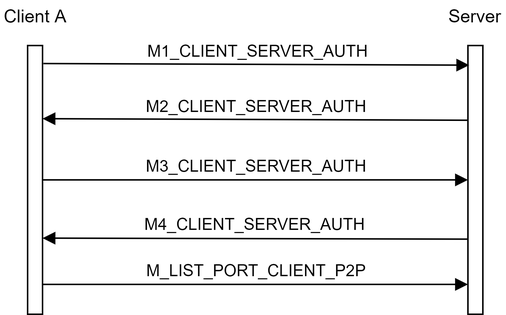
Earlier version of the draw.io export documents/protocol_diagrams/cs_auth.png (marcopettorali/cybersec). Source tidied: cells renumbered, new cells last; positions are measured from the earlier drawing's top-left corner, leaving out a move shared by most shapes.
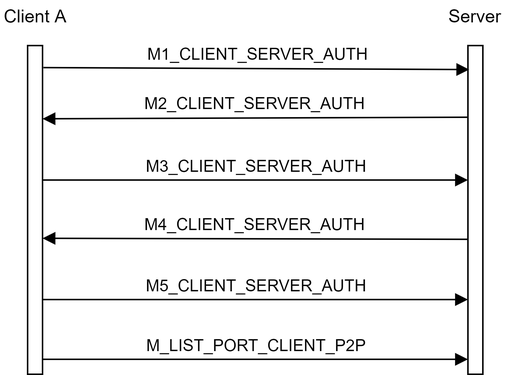
Above is the later version.

What changed in the source:
```diff
@@ -3,13 +3,13 @@
     <mxCell id="0" />
     <mxCell id="1" parent="0" />
     <mxCell id="2" style="rounded=0;whiteSpace=wrap;html=1;" parent="1" vertex="1">
-      <mxGeometry x="18" y="30" width="10" height="180" as="geometry" />
+      <mxGeometry x="18" y="30" width="10" height="220" as="geometry" />
     </mxCell>
     <mxCell id="3" value="Client A" style="text;html=1;strokeColor=none;fillColor=none;align=center;verticalAlign=middle;whiteSpace=wrap;rounded=0;" parent="1" vertex="1">
       <mxGeometry x="0.5" width="45" height="20" as="geometry" />
     </mxCell>
     <mxCell id="4" style="rounded=0;whiteSpace=wrap;html=1;" parent="1" vertex="1">
-      <mxGeometry x="313" y="30" width="10" height="180" as="geometry" />
+      <mxGeometry x="313" y="30" width="10" height="220" as="geometry" />
     </mxCell>
     <mxCell id="5" value="Server" style="text;html=1;strokeColor=none;fillColor=none;align=center;verticalAlign=middle;whiteSpace=wrap;rounded=0;" parent="1" vertex="1">
       <mxGeometry x="298" width="40" height="20" as="geometry" />
@@ -17,7 +17,7 @@
     <mxCell id="6" value="M1_CLIENT_SERVER_AUTH" style="html=1;verticalAlign=bottom;endArrow=block;exitX=1.062;exitY=0.067;exitDx=0;exitDy=0;entryX=0.086;entryY=0.073;entryDx=0;entryDy=0;entryPerimeter=0;exitPerimeter=0;" parent="1" edge="1" source="2" target="4">
       <mxGeometry relative="1" as="geometry" />
     </mxCell>
-    <mxCell id="7" value="M2_CLIENT_SERVER_AUTH" style="html=1;verticalAlign=bottom;endArrow=block;exitX=-0.02;exitY=0.278;exitDx=0;exitDy=0;exitPerimeter=0;" parent="1" edge="1" source="4">
+    <mxCell id="7" value="M2_CLIENT_SERVER_AUTH" style="html=1;verticalAlign=bottom;endArrow=block;exitX=0;exitY=0.218;exitDx=0;exitDy=0;exitPerimeter=0;" parent="1" edge="1" source="4">
       <mxGeometry relative="1" as="geometry">
         <mxPoint x="28" y="79" as="targetPoint" />
       </mxGeometry>
@@ -36,9 +36,15 @@
     </mxCell>
     <mxCell id="10" value="M_LIST_PORT_CLIENT_P2P" style="html=1;verticalAlign=bottom;endArrow=block;exitX=1;exitY=0.25;exitDx=0;exitDy=0;entryX=0;entryY=0.25;entryDx=0;entryDy=0;" parent="1" edge="1">
       <mxGeometry relative="1" as="geometry">
-        <mxPoint x="28" y="190" as="sourcePoint" />
-        <mxPoint x="313" y="190" as="targetPoint" />
+        <mxPoint x="28" y="240" as="sourcePoint" />
+        <mxPoint x="313" y="240" as="targetPoint" />
       </mxGeometry>
     </mxCell>
+    <mxCell id="11" value="M5_CLIENT_SERVER_AUTH" style="html=1;verticalAlign=bottom;endArrow=block;exitX=1;exitY=0.25;exitDx=0;exitDy=0;entryX=0;entryY=0.25;entryDx=0;entryDy=0;" parent="1" edge="1">
+      <mxGeometry relative="1" as="geometry">
+        <mxPoint x="28" y="200" as="sourcePoint" />
+        <mxPoint x="313" y="200" as="targetPoint" />
+      </mxGeometry>
+    </mxCell>
   </root>
 </mxGraphModel>
```
